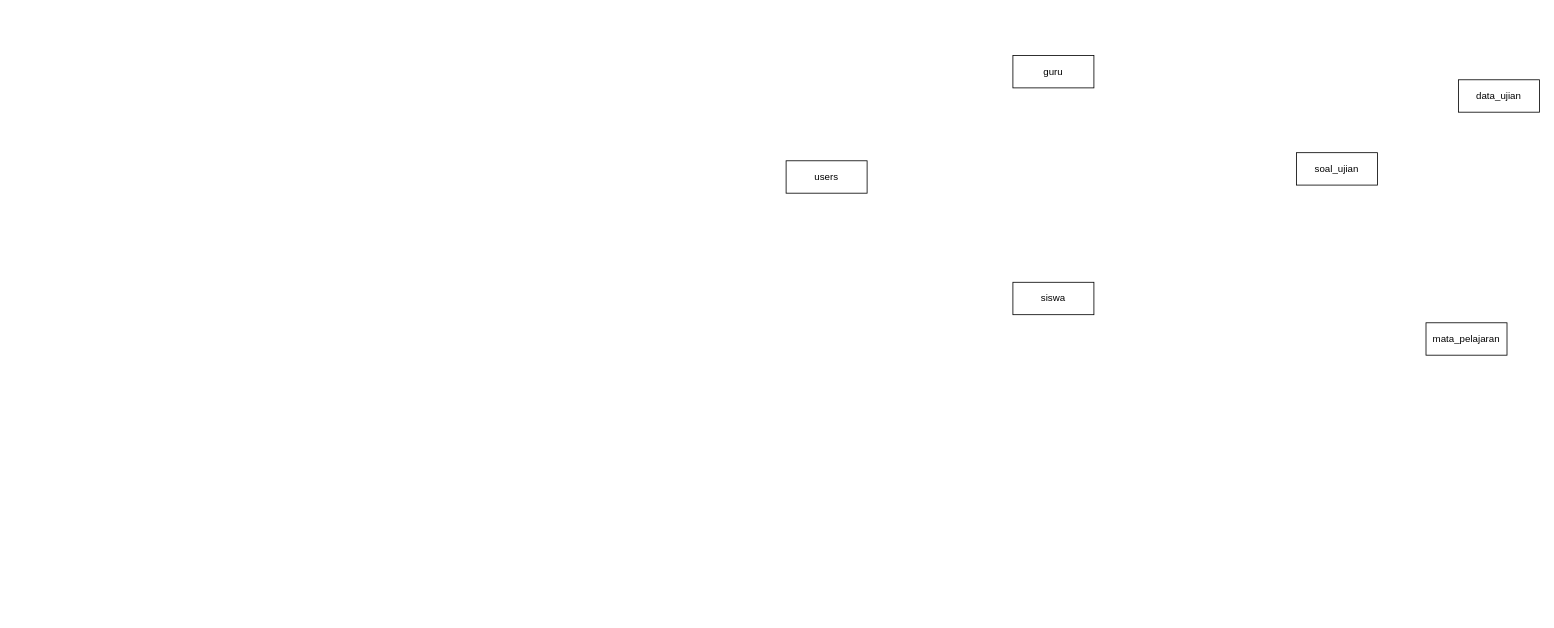
Before: page "erd" (1 of 2) of public/erd_database/erd-ujian-online.drawio in lutfibintoro/sistem-ujian-online, a draw.io diagram. Source tidied: cells renumbered, new cells numbered last; positions are measured from the earlier drawing's top-left corner, leaving out a move shared by most shapes. Both pictures are drawn from the tidied source at 81%, with x=0, y=0 at pixel (786, 55).
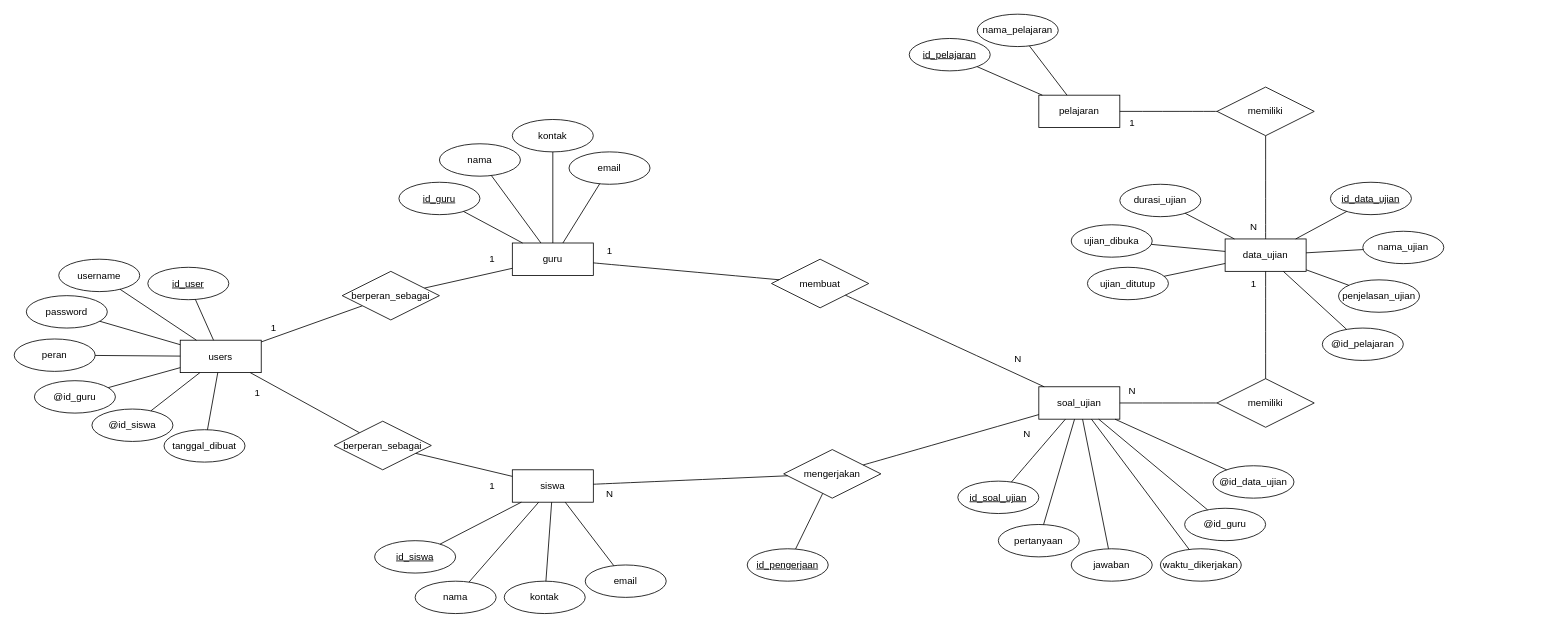
Above is the later version.

Commit message:
desain erd database selesai, selanjutnya desain table relasi

What changed in the source:
```diff
@@
     <mxCell id="2" value="users" style="whiteSpace=wrap;html=1;align=center;" parent="1" vertex="1">
-      <mxGeometry y="130" width="100" height="40" as="geometry" />
+      <mxGeometry x="-748" y="351.5" width="100" height="40" as="geometry" />
     </mxCell>
-    <mxCell id="3" value="soal_ujian" style="whiteSpace=wrap;html=1;align=center;" parent="1" vertex="1">
-      <mxGeometry x="630" y="120" width="100" height="40" as="geometry" />
-    </mxCell>
     <mxCell id="4" value="guru" style="whiteSpace=wrap;html=1;align=center;" parent="1" vertex="1">
-      <mxGeometry x="280" width="100" height="40" as="geometry" />
+      <mxGeometry x="-338" y="231.5" width="100" height="40" as="geometry" />
     </mxCell>
     <mxCell id="5" value="siswa" style="whiteSpace=wrap;html=1;align=center;" parent="1" vertex="1">
-      <mxGeometry x="280" y="280" width="100" height="40" as="geometry" />
+      <mxGeometry x="-338" y="511.5" width="100" height="40" as="geometry" />
     </mxCell>
-    <mxCell id="6" value="mata_pelajaran" style="whiteSpace=wrap;html=1;align=center;" parent="1" vertex="1">
-      <mxGeometry x="790" y="330" width="100" height="40" as="geometry" />
+    <mxCell id="6" value="pelajaran" style="whiteSpace=wrap;html=1;align=center;" parent="1" vertex="1">
+      <mxGeometry x="312" y="49" width="100" height="40" as="geometry" />
     </mxCell>
     <mxCell id="7" value="data_ujian" style="whiteSpace=wrap;html=1;align=center;" parent="1" vertex="1">
-      <mxGeometry x="830" y="30" width="100" height="40" as="geometry" />
+      <mxGeometry x="542" y="226.5" width="100" height="40" as="geometry" />
     </mxCell>
+    <mxCell id="8" value="id_user" style="ellipse;whiteSpace=wrap;html=1;align=center;fontStyle=4;" parent="1" vertex="1">
+      <mxGeometry x="-788" y="261.5" width="100" height="40" as="geometry" />
+    </mxCell>
+    <mxCell id="9" value="id_guru" style="ellipse;whiteSpace=wrap;html=1;align=center;fontStyle=4;" parent="1" vertex="1">
+      <mxGeometry x="-478" y="156.5" width="100" height="40" as="geometry" />
+    </mxCell>
+    <mxCell id="10" value="id_siswa" style="ellipse;whiteSpace=wrap;html=1;align=center;fontStyle=4;" parent="1" vertex="1">
+      <mxGeometry x="-508" y="599" width="100" height="40" as="geometry" />
+    </mxCell>
+    <mxCell id="11" value="id_data_ujian" style="ellipse;whiteSpace=wrap;html=1;align=center;fontStyle=4;" parent="1" vertex="1">
+      <mxGeometry x="672" y="156.5" width="100" height="40" as="geometry" />
+    </mxCell>
+    <mxCell id="12" style="endArrow=none;html=1;rounded=0;" parent="1" edge="1" source="8" target="2">
+      <mxGeometry relative="1" as="geometry" />
+    </mxCell>
+    <mxCell id="13" style="endArrow=none;html=1;rounded=0;" parent="1" edge="1" source="9" target="4">
+      <mxGeometry relative="1" as="geometry" />
+    </mxCell>
+    <mxCell id="14" style="endArrow=none;html=1;rounded=0;" parent="1" edge="1" source="6" target="23">
+      <mxGeometry relative="1" as="geometry" />
+    </mxCell>
+    <mxCell id="15" style="endArrow=none;html=1;rounded=0;" parent="1" edge="1" source="10" target="5">
+      <mxGeometry relative="1" as="geometry" />
+    </mxCell>
+    <mxCell id="16" style="endArrow=none;html=1;rounded=0;" parent="1" edge="1" source="7" target="11">
+      <mxGeometry relative="1" as="geometry" />
+    </mxCell>
+    <mxCell id="17" style="endArrow=none;html=1;rounded=0;" parent="1" edge="1" source="2" target="25">
+      <mxGeometry relative="1" as="geometry" />
+    </mxCell>
+    <mxCell id="18" style="endArrow=none;html=1;rounded=0;" parent="1" edge="1" source="25" target="4">
+      <mxGeometry relative="1" as="geometry" />
+    </mxCell>
+    <mxCell id="19" style="endArrow=none;html=1;rounded=0;" parent="1" edge="1" source="2" target="24">
+      <mxGeometry relative="1" as="geometry" />
+    </mxCell>
+    <mxCell id="20" style="endArrow=none;html=1;rounded=0;" parent="1" edge="1" source="24" target="5">
+      <mxGeometry relative="1" as="geometry" />
+    </mxCell>
+    <mxCell id="21" value="1" style="text;html=1;align=center;verticalAlign=middle;strokeColor=none;fillColor=none;" parent="1" vertex="1">
+      <mxGeometry x="-648" y="321.5" width="30" height="30" as="geometry" />
+    </mxCell>
+    <mxCell id="22" value="1" style="text;html=1;align=center;verticalAlign=middle;strokeColor=none;fillColor=none;" parent="1" vertex="1">
+      <mxGeometry x="-378" y="236.5" width="30" height="30" as="geometry" />
+    </mxCell>
+    <mxCell id="23" value="id_pelajaran" style="ellipse;whiteSpace=wrap;html=1;align=center;fontStyle=4;" parent="1" vertex="1">
+      <mxGeometry x="152" y="-21" width="100" height="40" as="geometry" />
+    </mxCell>
+    <mxCell id="24" value="berperan_sebagai" style="shape=rhombus;perimeter=rhombusPerimeter;whiteSpace=wrap;html=1;align=center;" parent="1" vertex="1">
+      <mxGeometry x="-558" y="451.5" width="120" height="60" as="geometry" />
+    </mxCell>
+    <mxCell id="25" value="berperan_sebagai" style="shape=rhombus;perimeter=rhombusPerimeter;whiteSpace=wrap;html=1;align=center;" parent="1" vertex="1">
+      <mxGeometry x="-548" y="266.5" width="120" height="60" as="geometry" />
+    </mxCell>
+    <mxCell id="26" value="1" style="text;html=1;align=center;verticalAlign=middle;strokeColor=none;fillColor=none;" parent="1" vertex="1">
+      <mxGeometry x="-668" y="401.5" width="30" height="30" as="geometry" />
+    </mxCell>
+    <mxCell id="27" value="1" style="text;html=1;align=center;verticalAlign=middle;strokeColor=none;fillColor=none;" parent="1" vertex="1">
+      <mxGeometry x="-378" y="516.5" width="30" height="30" as="geometry" />
+    </mxCell>
+    <mxCell id="3" value="soal_ujian" style="whiteSpace=wrap;html=1;align=center;" parent="1" vertex="1">
+      <mxGeometry x="312" y="409" width="100" height="40" as="geometry" />
+    </mxCell>
+    <mxCell id="28" value="id_soal_ujian" style="ellipse;whiteSpace=wrap;html=1;align=center;fontStyle=4;" parent="1" vertex="1">
+      <mxGeometry x="212" y="525.5" width="100" height="40" as="geometry" />
+    </mxCell>
+    <mxCell id="29" style="endArrow=none;html=1;rounded=0;fontSize=12;startSize=8;endSize=8;curved=1;" parent="1" edge="1" source="28" target="3">
+      <mxGeometry relative="1" as="geometry" />
+    </mxCell>
+    <mxCell id="30" value="membuat" style="shape=rhombus;perimeter=rhombusPerimeter;whiteSpace=wrap;html=1;align=center;" parent="1" vertex="1">
+      <mxGeometry x="-18" y="251.5" width="120" height="60" as="geometry" />
+    </mxCell>
+    <mxCell id="31" style="endArrow=none;html=1;rounded=0;fontSize=12;startSize=8;endSize=8;curved=1;" parent="1" edge="1" source="4" target="30">
+      <mxGeometry relative="1" as="geometry" />
+    </mxCell>
+    <mxCell id="32" style="endArrow=none;html=1;rounded=0;fontSize=12;startSize=8;endSize=8;curved=1;" parent="1" edge="1" source="30" target="3">
+      <mxGeometry relative="1" as="geometry" />
+    </mxCell>
+    <mxCell id="33" value="mengerjakan" style="shape=rhombus;perimeter=rhombusPerimeter;whiteSpace=wrap;html=1;align=center;" parent="1" vertex="1">
+      <mxGeometry x="-3" y="486.5" width="120" height="60" as="geometry" />
+    </mxCell>
+    <mxCell id="34" style="endArrow=none;html=1;rounded=0;fontSize=12;startSize=8;endSize=8;curved=1;" parent="1" edge="1" source="5" target="33">
+      <mxGeometry relative="1" as="geometry" />
+    </mxCell>
+    <mxCell id="35" style="endArrow=none;html=1;rounded=0;fontSize=12;startSize=8;endSize=8;curved=1;" parent="1" edge="1" source="33" target="3">
+      <mxGeometry relative="1" as="geometry" />
+    </mxCell>
+    <mxCell id="36" value="memiliki" style="shape=rhombus;perimeter=rhombusPerimeter;whiteSpace=wrap;html=1;align=center;" parent="1" vertex="1">
+      <mxGeometry x="532" y="399" width="120" height="60" as="geometry" />
+    </mxCell>
+    <mxCell id="37" style="endArrow=none;html=1;rounded=0;fontSize=12;startSize=8;endSize=8;curved=1;" parent="1" edge="1" source="36" target="3">
+      <mxGeometry relative="1" as="geometry" />
+    </mxCell>
+    <mxCell id="38" style="endArrow=none;html=1;rounded=0;fontSize=12;startSize=8;endSize=8;curved=1;" parent="1" edge="1" source="7" target="36">
+      <mxGeometry relative="1" as="geometry" />
+    </mxCell>
+    <mxCell id="39" style="endArrow=none;html=1;rounded=0;fontSize=12;startSize=8;endSize=8;curved=1;" parent="1" edge="1" source="7" target="40">
+      <mxGeometry relative="1" as="geometry" />
+    </mxCell>
+    <mxCell id="40" value="memiliki" style="shape=rhombus;perimeter=rhombusPerimeter;whiteSpace=wrap;html=1;align=center;" parent="1" vertex="1">
+      <mxGeometry x="532" y="39" width="120" height="60" as="geometry" />
+    </mxCell>
+    <mxCell id="41" style="endArrow=none;html=1;rounded=0;fontSize=12;startSize=8;endSize=8;curved=1;" parent="1" edge="1" source="40" target="6">
+      <mxGeometry relative="1" as="geometry" />
+    </mxCell>
+    <mxCell id="42" value="1" style="text;html=1;align=center;verticalAlign=middle;strokeColor=none;fillColor=none;fontSize=12;" parent="1" vertex="1">
+      <mxGeometry x="-233" y="227" width="30" height="30" as="geometry" />
+    </mxCell>
+    <mxCell id="43" value="N" style="text;html=1;align=center;verticalAlign=middle;strokeColor=none;fillColor=none;fontSize=12;" parent="1" vertex="1">
+      <mxGeometry x="271" y="360" width="30" height="30" as="geometry" />
+    </mxCell>
+    <mxCell id="44" value="N" style="text;html=1;align=center;verticalAlign=middle;strokeColor=none;fillColor=none;fontSize=12;" parent="1" vertex="1">
+      <mxGeometry x="-233" y="525.5" width="30" height="30" as="geometry" />
+    </mxCell>
+    <mxCell id="45" value="N" style="text;html=1;align=center;verticalAlign=middle;strokeColor=none;fillColor=none;fontSize=12;" parent="1" vertex="1">
+      <mxGeometry x="282" y="451.5" width="30" height="30" as="geometry" />
+    </mxCell>
+    <mxCell id="46" value="id_pengerjaan" style="ellipse;whiteSpace=wrap;html=1;align=center;fontStyle=4;" parent="1" vertex="1">
+      <mxGeometry x="-48" y="609" width="100" height="40" as="geometry" />
+    </mxCell>
+    <mxCell id="47" style="endArrow=none;html=1;rounded=0;" parent="1" edge="1" source="33" target="46">
+      <mxGeometry relative="1" as="geometry" />
+    </mxCell>
+    <mxCell id="48" value="N" style="text;html=1;align=center;verticalAlign=middle;strokeColor=none;fillColor=none;" parent="1" vertex="1">
+      <mxGeometry x="412" y="399" width="30" height="30" as="geometry" />
+    </mxCell>
+    <mxCell id="49" value="1" style="text;html=1;align=center;verticalAlign=middle;strokeColor=none;fillColor=none;" parent="1" vertex="1">
+      <mxGeometry x="562" y="266.5" width="30" height="30" as="geometry" />
+    </mxCell>
+    <mxCell id="50" value="N" style="text;html=1;align=center;verticalAlign=middle;strokeColor=none;fillColor=none;" parent="1" vertex="1">
+      <mxGeometry x="562" y="196.5" width="30" height="30" as="geometry" />
+    </mxCell>
+    <mxCell id="51" value="1" style="text;html=1;align=center;verticalAlign=middle;strokeColor=none;fillColor=none;" parent="1" vertex="1">
+      <mxGeometry x="412" y="69" width="30" height="30" as="geometry" />
+    </mxCell>
+    <mxCell id="52" value="password" style="ellipse;whiteSpace=wrap;html=1;align=center;" parent="1" vertex="1">
+      <mxGeometry x="-938" y="296.5" width="100" height="40" as="geometry" />
+    </mxCell>
+    <mxCell id="53" value="username" style="ellipse;whiteSpace=wrap;html=1;align=center;" parent="1" vertex="1">
+      <mxGeometry x="-898" y="251.5" width="100" height="40" as="geometry" />
+    </mxCell>
+    <mxCell id="54" value="peran" style="ellipse;whiteSpace=wrap;html=1;align=center;" parent="1" vertex="1">
+      <mxGeometry x="-953" y="350" width="100" height="40" as="geometry" />
+    </mxCell>
+    <mxCell id="55" style="endArrow=none;html=1;rounded=0;" parent="1" edge="1" source="54" target="2">
+      <mxGeometry relative="1" as="geometry" />
+    </mxCell>
+    <mxCell id="56" style="endArrow=none;html=1;rounded=0;" parent="1" edge="1" source="52" target="2">
+      <mxGeometry relative="1" as="geometry" />
+    </mxCell>
+    <mxCell id="57" style="endArrow=none;html=1;rounded=0;" parent="1" edge="1" source="2" target="53">
+      <mxGeometry relative="1" as="geometry" />
+    </mxCell>
+    <mxCell id="58" value="@id_guru" style="ellipse;whiteSpace=wrap;html=1;align=center;" parent="1" vertex="1">
+      <mxGeometry x="-928" y="401.5" width="100" height="40" as="geometry" />
+    </mxCell>
+    <mxCell id="59" style="endArrow=none;html=1;rounded=0;" parent="1" edge="1" source="2" target="58">
+      <mxGeometry relative="1" as="geometry" />
+    </mxCell>
+    <mxCell id="60" value="@id_siswa" style="ellipse;whiteSpace=wrap;html=1;align=center;" parent="1" vertex="1">
+      <mxGeometry x="-857" y="436.5" width="100" height="40" as="geometry" />
+    </mxCell>
+    <mxCell id="61" style="endArrow=none;html=1;rounded=0;" parent="1" edge="1" source="2" target="60">
+      <mxGeometry relative="1" as="geometry" />
+    </mxCell>
+    <mxCell id="62" value="tanggal_dibuat" style="ellipse;whiteSpace=wrap;html=1;align=center;" parent="1" vertex="1">
+      <mxGeometry x="-768" y="462" width="100" height="40" as="geometry" />
+    </mxCell>
+    <mxCell id="63" style="endArrow=none;html=1;rounded=0;" parent="1" edge="1" source="2" target="62">
+      <mxGeometry relative="1" as="geometry" />
+    </mxCell>
+    <mxCell id="64" value="nama" style="ellipse;whiteSpace=wrap;html=1;align=center;" parent="1" vertex="1">
+      <mxGeometry x="-458" y="649" width="100" height="40" as="geometry" />
+    </mxCell>
+    <mxCell id="65" value="kontak" style="ellipse;whiteSpace=wrap;html=1;align=center;" parent="1" vertex="1">
+      <mxGeometry x="-348" y="649" width="100" height="40" as="geometry" />
+    </mxCell>
+    <mxCell id="66" value="email" style="ellipse;whiteSpace=wrap;html=1;align=center;" parent="1" vertex="1">
+      <mxGeometry x="-248" y="629" width="100" height="40" as="geometry" />
+    </mxCell>
+    <mxCell id="67" style="endArrow=none;html=1;rounded=0;" parent="1" edge="1" source="5" target="64">
+      <mxGeometry relative="1" as="geometry" />
+    </mxCell>
+    <mxCell id="68" style="endArrow=none;html=1;rounded=0;" parent="1" edge="1" source="5" target="65">
+      <mxGeometry relative="1" as="geometry" />
+    </mxCell>
+    <mxCell id="69" style="endArrow=none;html=1;rounded=0;" parent="1" edge="1" source="5" target="66">
+      <mxGeometry relative="1" as="geometry" />
+    </mxCell>
+    <mxCell id="70" value="nama" style="ellipse;whiteSpace=wrap;html=1;align=center;" parent="1" vertex="1">
+      <mxGeometry x="-428" y="109" width="100" height="40" as="geometry" />
+    </mxCell>
+    <mxCell id="71" value="kontak" style="ellipse;whiteSpace=wrap;html=1;align=center;" parent="1" vertex="1">
+      <mxGeometry x="-338" y="79" width="100" height="40" as="geometry" />
+    </mxCell>
+    <mxCell id="72" value="email" style="ellipse;whiteSpace=wrap;html=1;align=center;" parent="1" vertex="1">
+      <mxGeometry x="-268" y="119" width="100" height="40" as="geometry" />
+    </mxCell>
+    <mxCell id="73" style="endArrow=none;html=1;rounded=0;" parent="1" edge="1" source="70" target="4">
+      <mxGeometry relative="1" as="geometry" />
+    </mxCell>
+    <mxCell id="74" style="endArrow=none;html=1;rounded=0;" parent="1" edge="1" source="71" target="4">
+      <mxGeometry relative="1" as="geometry" />
+    </mxCell>
+    <mxCell id="75" style="endArrow=none;html=1;rounded=0;" parent="1" edge="1" source="4" target="72">
+      <mxGeometry relative="1" as="geometry" />
+    </mxCell>
+    <mxCell id="76" value="nama_pelajaran" style="ellipse;whiteSpace=wrap;html=1;align=center;" parent="1" vertex="1">
+      <mxGeometry x="236" y="-51" width="100" height="40" as="geometry" />
+    </mxCell>
+    <mxCell id="77" style="endArrow=none;html=1;rounded=0;" parent="1" edge="1" source="76" target="6">
+      <mxGeometry relative="1" as="geometry" />
+    </mxCell>
+    <mxCell id="78" value="nama_ujian" style="ellipse;whiteSpace=wrap;html=1;align=center;" parent="1" vertex="1">
+      <mxGeometry x="712" y="217" width="100" height="40" as="geometry" />
+    </mxCell>
+    <mxCell id="79" value="penjelasan_ujian" style="ellipse;whiteSpace=wrap;html=1;align=center;" parent="1" vertex="1">
+      <mxGeometry x="682" y="277" width="100" height="40" as="geometry" />
+    </mxCell>
+    <mxCell id="80" value="durasi_ujian" style="ellipse;whiteSpace=wrap;html=1;align=center;" parent="1" vertex="1">
+      <mxGeometry x="412" y="159" width="100" height="40" as="geometry" />
+    </mxCell>
+    <mxCell id="81" value="ujian_dibuka" style="ellipse;whiteSpace=wrap;html=1;align=center;" parent="1" vertex="1">
+      <mxGeometry x="352" y="209" width="100" height="40" as="geometry" />
+    </mxCell>
+    <mxCell id="82" value="ujian_ditutup" style="ellipse;whiteSpace=wrap;html=1;align=center;" parent="1" vertex="1">
+      <mxGeometry x="372" y="261.5" width="100" height="40" as="geometry" />
+    </mxCell>
+    <mxCell id="83" style="endArrow=none;html=1;rounded=0;" parent="1" edge="1" source="80" target="7">
+      <mxGeometry relative="1" as="geometry" />
+    </mxCell>
+    <mxCell id="84" style="endArrow=none;html=1;rounded=0;" parent="1" edge="1" source="81" target="7">
+      <mxGeometry relative="1" as="geometry" />
+    </mxCell>
+    <mxCell id="85" style="endArrow=none;html=1;rounded=0;" parent="1" edge="1" source="82" target="7">
+      <mxGeometry relative="1" as="geometry" />
+    </mxCell>
+    <mxCell id="86" style="endArrow=none;html=1;rounded=0;" parent="1" edge="1" source="7" target="79">
+      <mxGeometry relative="1" as="geometry" />
+    </mxCell>
+    <mxCell id="87" style="endArrow=none;html=1;rounded=0;" parent="1" edge="1" source="7" target="78">
+      <mxGeometry relative="1" as="geometry" />
+    </mxCell>
+    <mxCell id="88" value="@id_pelajaran" style="ellipse;whiteSpace=wrap;html=1;align=center;" parent="1" vertex="1">
+      <mxGeometry x="662" y="336.5" width="100" height="40" as="geometry" />
+    </mxCell>
+    <mxCell id="89" style="endArrow=none;html=1;rounded=0;" parent="1" edge="1" source="7" target="88">
+      <mxGeometry relative="1" as="geometry" />
+    </mxCell>
+    <mxCell id="90" value="@id_guru" style="ellipse;whiteSpace=wrap;html=1;align=center;" parent="1" vertex="1">
+      <mxGeometry x="492" y="559" width="100" height="40" as="geometry" />
+    </mxCell>
+    <mxCell id="91" value="@id_data_ujian" style="ellipse;whiteSpace=wrap;html=1;align=center;" parent="1" vertex="1">
+      <mxGeometry x="527" y="506.5" width="100" height="40" as="geometry" />
+    </mxCell>
+    <mxCell id="92" style="endArrow=none;html=1;rounded=0;" parent="1" edge="1" source="3" target="90">
+      <mxGeometry relative="1" as="geometry" />
+    </mxCell>
+    <mxCell id="93" style="endArrow=none;html=1;rounded=0;" parent="1" edge="1" source="3" target="91">
+      <mxGeometry relative="1" as="geometry" />
+    </mxCell>
+    <mxCell id="94" value="pertanyaan" style="ellipse;whiteSpace=wrap;html=1;align=center;" parent="1" vertex="1">
+      <mxGeometry x="262" y="579" width="100" height="40" as="geometry" />
+    </mxCell>
+    <mxCell id="95" style="endArrow=none;html=1;rounded=0;" parent="1" edge="1" source="3" target="94">
+      <mxGeometry relative="1" as="geometry" />
+    </mxCell>
+    <mxCell id="96" value="jawaban" style="ellipse;whiteSpace=wrap;html=1;align=center;" parent="1" vertex="1">
+      <mxGeometry x="352" y="609" width="100" height="40" as="geometry" />
+    </mxCell>
+    <mxCell id="97" style="endArrow=none;html=1;rounded=0;" parent="1" edge="1" source="3" target="96">
+      <mxGeometry relative="1" as="geometry" />
+    </mxCell>
+    <mxCell id="98" value="waktu_dikerjakan" style="ellipse;whiteSpace=wrap;html=1;align=center;" parent="1" vertex="1">
+      <mxGeometry x="462" y="609" width="100" height="40" as="geometry" />
+    </mxCell>
+    <mxCell id="99" style="endArrow=none;html=1;rounded=0;" parent="1" edge="1" source="3" target="98">
+      <mxGeometry relative="1" as="geometry" />
+    </mxCell>
```
